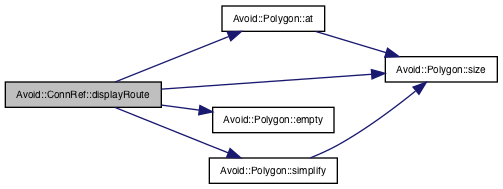
Above: documentation/classAvoid_1_1ConnRef_ab7462cd69bd1d2c4dd318119558b4a94_cgraph.png in mjwybrow/adaptagrams (Graphviz), before the change. Its source is kept beside it as documentation/classAvoid_1_1ConnRef_ab7462cd69bd1d2c4dd318119558b4a94_cgraph.dot.
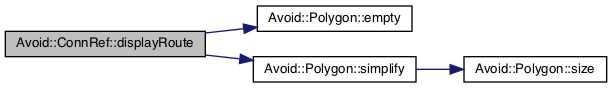
The same file after the commit.

What changed in the source:
```diff
@@ -5,13 +5,9 @@
   rankdir="LR";
   Node12 [label="Avoid::ConnRef::displayRoute",height=0.2,width=0.4,color="black", fillcolor="grey75", style="filled", fontcolor="black"];
   Node12 -> Node13 [color="midnightblue",fontsize="10",style="solid",fontname="Helvetica"];
-  Node13 [label="Avoid::Polygon::at",height=0.2,width=0.4,color="black", fillcolor="white", style="filled",URL="$classAvoid_1_1Polygon.html#ab2772d0cf1d0aad817a9814e20fce5ab",tooltip="Returns a specific point in the polygon. "];
-  Node13 -> Node14 [color="midnightblue",fontsize="10",style="solid",fontname="Helvetica"];
-  Node14 [label="Avoid::Polygon::size",height=0.2,width=0.4,color="black", fillcolor="white", style="filled",URL="$classAvoid_1_1Polygon.html#a2f9e9c8c78407eefbde944e663d9711e",tooltip="Returns the number of points in this polygon. "];
-  Node12 -> Node15 [color="midnightblue",fontsize="10",style="solid",fontname="Helvetica"];
-  Node15 [label="Avoid::Polygon::empty",height=0.2,width=0.4,color="black", fillcolor="white", style="filled",URL="$classAvoid_1_1Polygon.html#a477d0e8e93509d7955d1f4b4ca0abb0d",tooltip="Returns true if this polygon is empty. "];
-  Node12 -> Node16 [color="midnightblue",fontsize="10",style="solid",fontname="Helvetica"];
-  Node16 [label="Avoid::Polygon::simplify",height=0.2,width=0.4,color="black", fillcolor="white", style="filled",URL="$classAvoid_1_1Polygon.html#a2d3a0deb96bbff214b7035e481f0f0e8",tooltip="Returns a simplified Polyline, where all collinear line segments have been collapsed down into single..."];
-  Node16 -> Node14 [color="midnightblue",fontsize="10",style="solid",fontname="Helvetica"];
+  Node13 [label="Avoid::Polygon::empty",height=0.2,width=0.4,color="black", fillcolor="white", style="filled",URL="$classAvoid_1_1Polygon.html#a477d0e8e93509d7955d1f4b4ca0abb0d",tooltip="Returns true if this polygon is empty. "];
   Node12 -> Node14 [color="midnightblue",fontsize="10",style="solid",fontname="Helvetica"];
+  Node14 [label="Avoid::Polygon::simplify",height=0.2,width=0.4,color="black", fillcolor="white", style="filled",URL="$classAvoid_1_1Polygon.html#a2d3a0deb96bbff214b7035e481f0f0e8",tooltip="Returns a simplified Polyline, where all collinear line segments have been collapsed down into single..."];
+  Node14 -> Node15 [color="midnightblue",fontsize="10",style="solid",fontname="Helvetica"];
+  Node15 [label="Avoid::Polygon::size",height=0.2,width=0.4,color="black", fillcolor="white", style="filled",URL="$classAvoid_1_1Polygon.html#a2f9e9c8c78407eefbde944e663d9711e",tooltip="Returns the number of points in this polygon. "];
 }
```
